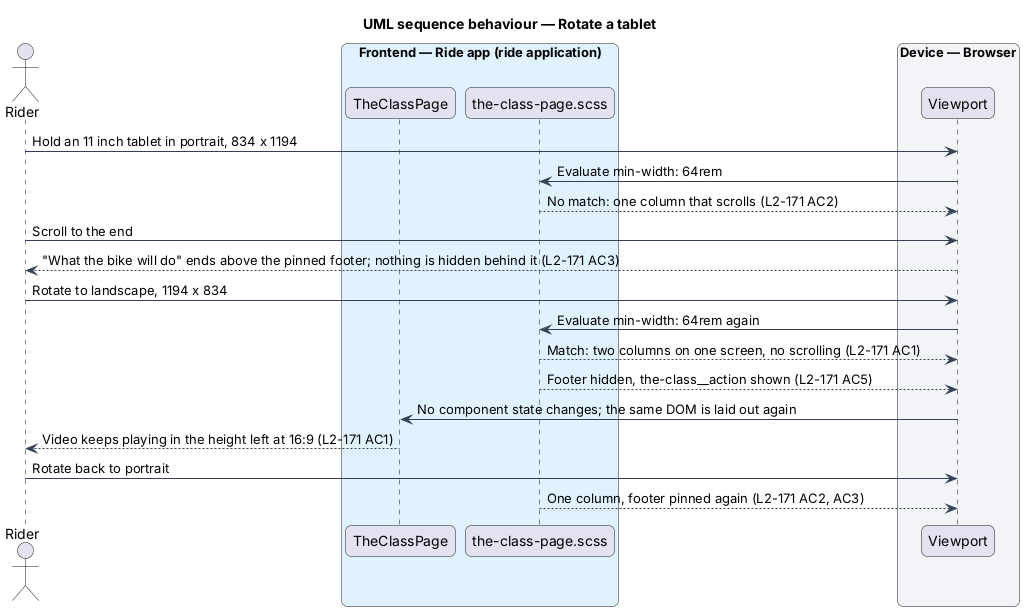
Before: docs/detailed-designs/ui/fit-the-class-to-every-form-factor/diagrams/sequence-rotate-a-tablet.png, a diagram exported from PlantUML (QuinntyneBrown/ride-one).
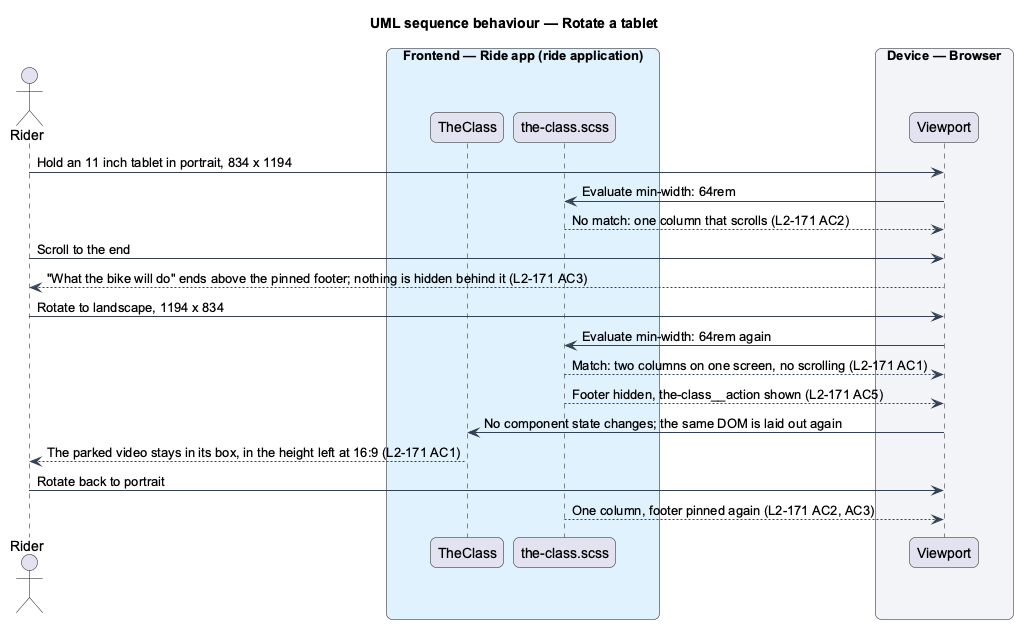
The same file after the commit.

Diff of the diagram source:
```diff
@@ -16,8 +16,8 @@
 }
 actor "Rider" as rider
 box "Frontend — Ride app (ride application)" #E0F2FE
-  participant "TheClassPage" as page
-  participant "the-class-page.scss" as sheet
+  participant "TheClass" as page
+  participant "the-class.scss" as sheet
 end box
 box "Device — Browser" #F2F4F7
   participant "Viewport" as viewport
@@ -32,7 +32,7 @@
 sheet --> viewport : Match: two columns on one screen, no scrolling (L2-171 AC1)
 sheet --> viewport : Footer hidden, the-class~__action shown (L2-171 AC5)
 viewport -> page : No component state changes; the same DOM is laid out again
-page --> rider : Video keeps playing in the height left at 16:9 (L2-171 AC1)
+page --> rider : The parked video stays in its box, in the height left at 16:9 (L2-171 AC1)
 rider -> viewport : Rotate back to portrait
 sheet --> viewport : One column, footer pinned again (L2-171 AC2, AC3)
 @enduml
```
